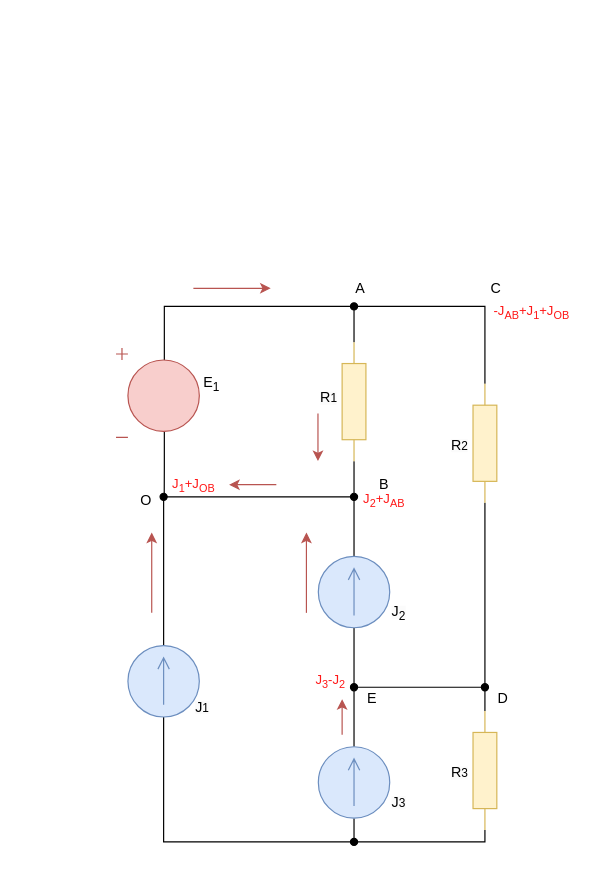
This is page "task_calculations" (3 of 3) of lab1/lab1.drawio from nlrezortiez/eltex_23-24, a draw.io file, before an edit. Source tidied: cells renumbered, new cells numbered last; positions are measured from the earlier drawing's top-left corner, leaving out a move shared by most shapes. Both pictures are drawn from the tidied source at 119%, with x=0, y=0 at pixel (20, 20).
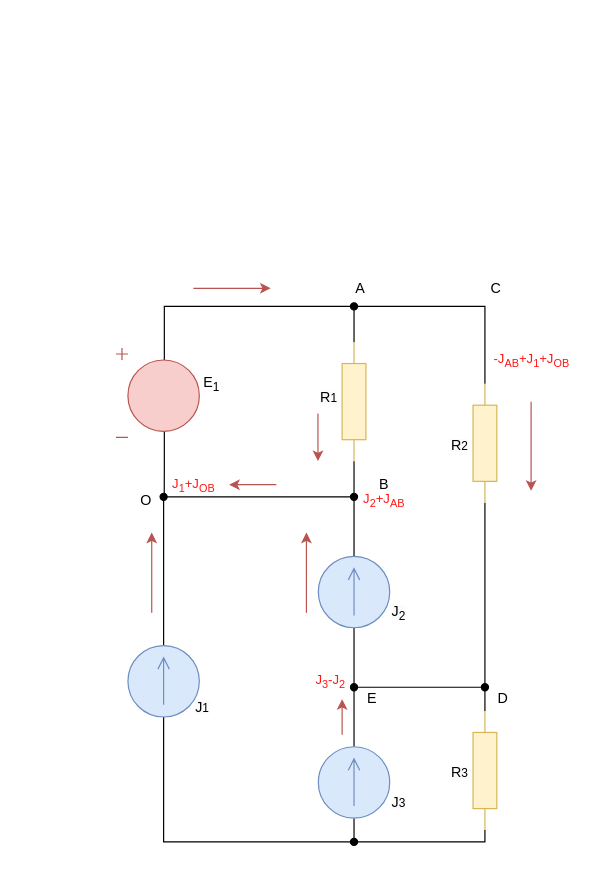
After the change.

Commit message:
upd calc

The edit, as a diff of the source:
```diff
@@
     <mxCell id="44" value="&lt;font style=&quot;font-size: 11px;&quot;&gt;&lt;font color=&quot;#ff1717&quot; style=&quot;font-size: 11px;&quot;&gt;-J&lt;sub style=&quot;&quot;&gt;AB&lt;/sub&gt;+J&lt;/font&gt;&lt;font color=&quot;#ff1717&quot; style=&quot;font-size: 11px;&quot;&gt;&lt;sub&gt;1&lt;/sub&gt;+J&lt;/font&gt;&lt;font color=&quot;#ff1717&quot; style=&quot;font-size: 11px;&quot;&gt;&lt;sub style=&quot;&quot;&gt;OB&lt;/sub&gt;&lt;/font&gt;&lt;/font&gt;" style="text;html=1;align=center;verticalAlign=middle;strokeColor=none;fillColor=none;rotation=0;" parent="1" vertex="1">
-      <mxGeometry x="384" y="230" width="90" height="30" as="geometry" />
+      <mxGeometry x="384" y="270" width="90" height="30" as="geometry" />
     </mxCell>
+    <mxCell id="45" style="endArrow=classic;html=1;rounded=0;fillColor=#f8cecc;strokeColor=#b85450;" parent="1" edge="1">
+      <mxGeometry relative="1" as="geometry">
+        <mxPoint x="428.8" y="320" as="sourcePoint" />
+        <mxPoint x="428.8" y="395" as="targetPoint" />
+      </mxGeometry>
+    </mxCell>
```
